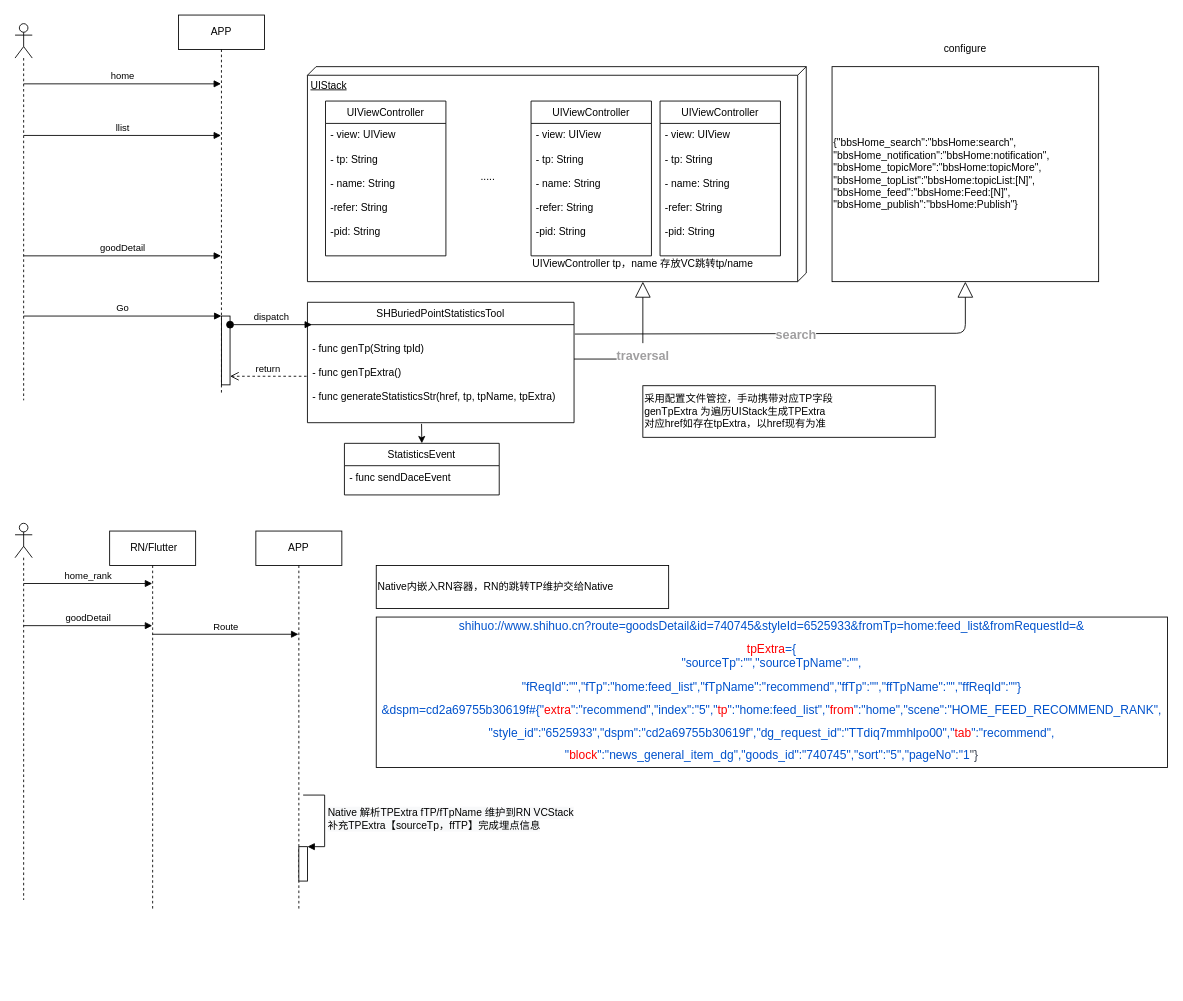
This is iOS埋点设计.drawio from aiquantong/Hero, a draw.io file, before an edit. Source tidied: cells renumbered, new cells numbered last; positions are measured from the earlier drawing's top-left corner, leaving out a move shared by most shapes. Both pictures are drawn from the tidied source at 86%, with x=0, y=0 at pixel (15, 15).
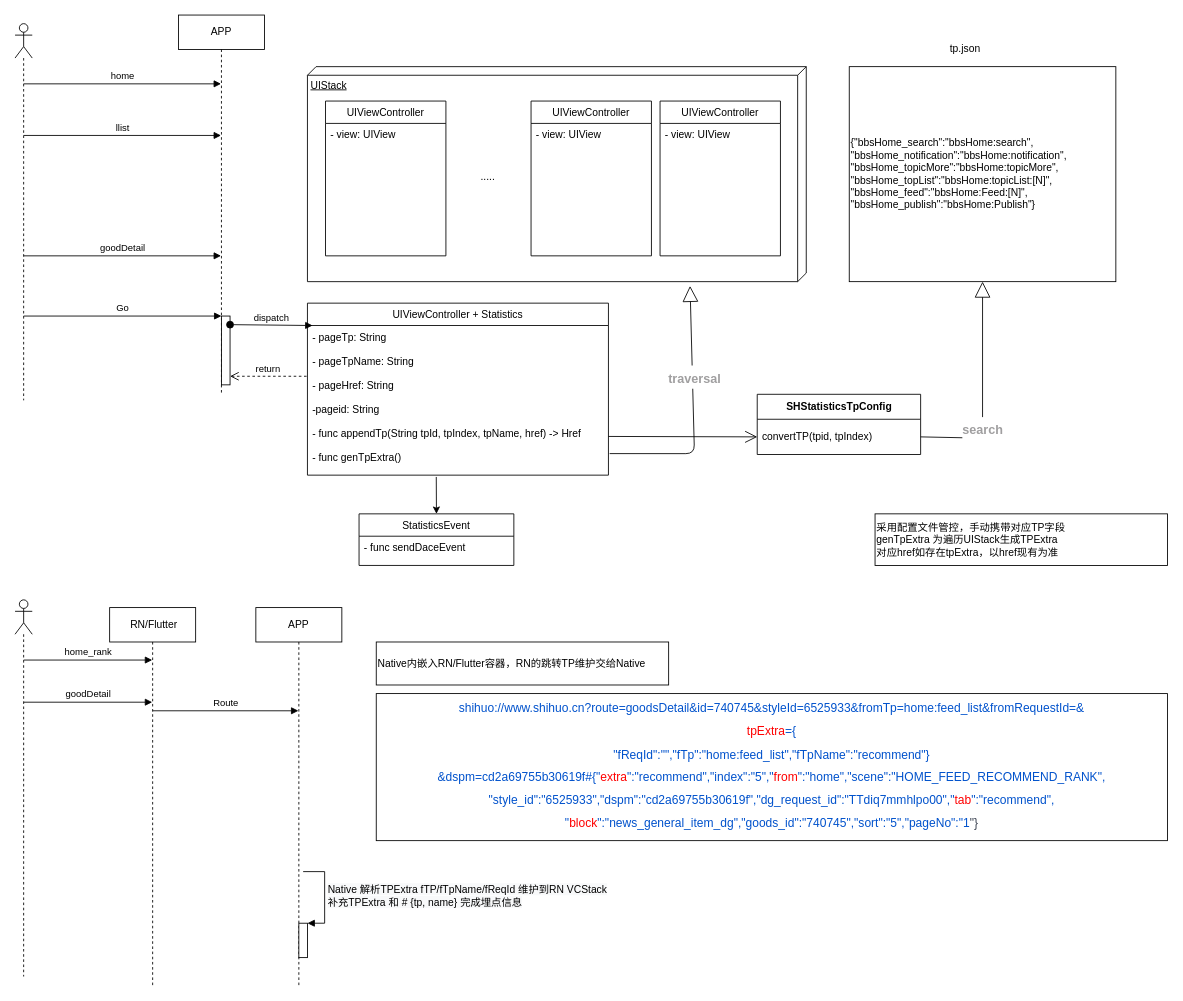
Above is the later version.

The change refers to these unchanged cells:
```xml
<mxCell id="2" value="UIStack" style="verticalAlign=top;align=left;spacingTop=8;spacingLeft=2;spacingRight=12;shape=cube;size=10;direction=south;fontStyle=4;html=1;" parent="1" vertex="1">
  <mxGeometry x="340" y="60" width="580" height="250" as="geometry" />
</mxCell>
<mxCell id="3" value="UIViewController" style="swimlane;fontStyle=0;horizontal=1;startSize=26;fillColor=none;" parent="1" vertex="1">
  <mxGeometry x="361" y="100" width="140" height="180" as="geometry" />
</mxCell>
<mxCell id="7" value="UIViewController" style="swimlane;fontStyle=0;horizontal=1;startSize=26;fillColor=none;" parent="1" vertex="1">
  <mxGeometry x="600" y="100" width="140" height="180" as="geometry" />
</mxCell>
<mxCell id="9" value="UIViewController" style="swimlane;fontStyle=0;horizontal=1;startSize=26;fillColor=none;" parent="1" vertex="1">
  <mxGeometry x="750" y="100" width="140" height="180" as="geometry" />
</mxCell>
<mxCell id="35" style="html=1;points=[];perimeter=orthogonalPerimeter;" parent="34" vertex="1">
  <mxGeometry x="50" y="367" width="10" height="40" as="geometry" />
</mxCell>
```

What changed in the source:
```diff
@@
-    <mxCell id="4" value="- view: UIView&#10;&#10;- tp: String&#10;&#10;- name: String&#10;&#10;-refer: String&#10;&#10;-pid: String" style="text;strokeColor=none;fillColor=none;align=left;verticalAlign=top;spacingLeft=4;spacingRight=4;overflow=hidden;" parent="3" vertex="1">
+    <mxCell id="4" value="- view: UIView&#10;&#10;" style="text;strokeColor=none;fillColor=none;align=left;verticalAlign=top;spacingLeft=4;spacingRight=4;overflow=hidden;" parent="3" vertex="1">
       <mxGeometry y="26" width="140" height="154" as="geometry" />
     </mxCell>
-    <mxCell id="5" value="SHBuriedPointStatisticsTool" style="swimlane;fontStyle=0;horizontal=1;startSize=26;fillColor=none;" parent="1" vertex="1">
-      <mxGeometry x="340" y="334" width="310" height="140" as="geometry" />
+    <mxCell id="5" value="UIViewController + Statistics" style="swimlane;fontStyle=0;horizontal=1;startSize=26;fillColor=none;" parent="1" vertex="1">
+      <mxGeometry x="340" y="335" width="350" height="200" as="geometry" />
     </mxCell>
-    <mxCell id="6" value="&#10;- func genTp(String tpId)&#10;&#10;- func genTpExtra()&#10;&#10;- func generateStatisticsStr(href, tp, tpName, tpExtra)" style="text;strokeColor=none;fillColor=none;align=left;verticalAlign=top;spacingLeft=4;spacingRight=4;overflow=hidden;points=[[0,0.5],[1,0.5]];portConstraint=eastwest;" parent="5" vertex="1">
-      <mxGeometry y="26" width="310" height="114" as="geometry" />
+    <mxCell id="6" value="- pageTp: String&#10;&#10;- pageTpName: String&#10;&#10;- pageHref: String&#10;&#10;-pageid: String&#10;&#10;- func appendTp(String tpId, tpIndex, tpName, href) -&gt; Href&#10;&#10;- func genTpExtra()&#10;" style="text;strokeColor=none;fillColor=none;align=left;verticalAlign=top;spacingLeft=4;spacingRight=4;overflow=hidden;points=[[0,0.5],[1,0.5]];portConstraint=eastwest;" parent="5" vertex="1">
+      <mxGeometry y="26" width="350" height="174" as="geometry" />
     </mxCell>
@@
-    <mxCell id="8" value="- view: UIView&#10;&#10;- tp: String&#10;&#10;- name: String&#10;&#10;-refer: String&#10;&#10;-pid: String" style="text;strokeColor=none;fillColor=none;align=left;verticalAlign=top;spacingLeft=4;spacingRight=4;overflow=hidden;" parent="7" vertex="1">
+    <mxCell id="8" value="- view: UIView&#10;&#10;" style="text;strokeColor=none;fillColor=none;align=left;verticalAlign=top;spacingLeft=4;spacingRight=4;overflow=hidden;" parent="7" vertex="1">
       <mxGeometry y="26" width="140" height="154" as="geometry" />
     </mxCell>
@@
-    <mxCell id="10" value="- view: UIView&#10;&#10;- tp: String&#10;&#10;- name: String&#10;&#10;-refer: String&#10;&#10;-pid: String" style="text;strokeColor=none;fillColor=none;align=left;verticalAlign=top;spacingLeft=4;spacingRight=4;overflow=hidden;" parent="9" vertex="1">
+    <mxCell id="10" value="- view: UIView&#10;&#10;" style="text;strokeColor=none;fillColor=none;align=left;verticalAlign=top;spacingLeft=4;spacingRight=4;overflow=hidden;" parent="9" vertex="1">
       <mxGeometry y="26" width="140" height="154" as="geometry" />
     </mxCell>
@@
     <mxCell id="21" value="StatisticsEvent" style="swimlane;fontStyle=0;horizontal=1;startSize=26;fillColor=none;" parent="1" vertex="1">
-      <mxGeometry x="383" y="498" width="180" height="60" as="geometry" />
+      <mxGeometry x="400" y="580" width="180" height="60" as="geometry" />
     </mxCell>
@@
-    <mxCell id="24" value="&lt;h1 id=&quot;titleHeading&quot; style=&quot;margin: 0px ; background-position: 0px 0px&quot;&gt;&lt;font color=&quot;#a09fa0&quot; face=&quot;helvetica, lucida grande, lucida, verdana, sans-serif&quot;&gt;&lt;span style=&quot;font-size: 14.6667px&quot;&gt;traversal&lt;/span&gt;&lt;/font&gt;&lt;br&gt;&lt;/h1&gt;" style="endArrow=block;endSize=16;endFill=0;html=1;entryX=1;entryY=0.431;entryDx=0;entryDy=0;entryPerimeter=0;exitX=1;exitY=0.351;exitDx=0;exitDy=0;exitPerimeter=0;" parent="1" edge="1" source="6">
-      <mxGeometry relative="1" as="geometry">
-        <mxPoint x="730" y="310" as="targetPoint" />
+    <mxCell id="24" value="&lt;h1 id=&quot;titleHeading&quot; style=&quot;margin: 0px ; background-position: 0px 0px&quot;&gt;&lt;font color=&quot;#a09fa0&quot; face=&quot;helvetica, lucida grande, lucida, verdana, sans-serif&quot;&gt;&lt;span style=&quot;font-size: 14.6667px&quot;&gt;traversal&lt;/span&gt;&lt;/font&gt;&lt;br&gt;&lt;/h1&gt;" style="endArrow=block;endSize=16;endFill=0;html=1;exitX=1.004;exitY=0.856;exitDx=0;exitDy=0;exitPerimeter=0;entryX=1.02;entryY=0.233;entryDx=0;entryDy=0;entryPerimeter=0;" parent="1" edge="1" source="6" target="2">
+      <mxGeometry x="0.28" y="-2" relative="1" as="geometry">
         <Array as="points">
-          <mxPoint x="730" y="400" />
+          <mxPoint x="790" y="510" />
         </Array>
       </mxGeometry>
     </mxCell>
     <mxCell id="25" value="&lt;span&gt;采用配置文件管控，手动携带对应TP字段&lt;br&gt;&lt;/span&gt;&lt;span&gt;genTpExtra 为遍历UIStack生成TPExtra&lt;br&gt;&lt;/span&gt;&lt;span&gt;对应href如存在tpExtra，以href现有为准&lt;br&gt;&lt;/span&gt;" style="rounded=0;whiteSpace=wrap;html=1;align=left;" parent="1" vertex="1">
-      <mxGeometry x="730" y="431" width="340" height="60" as="geometry" />
+      <mxGeometry x="1000" y="580" width="340" height="60" as="geometry" />
     </mxCell>
-    <mxCell id="26" value="&lt;span&gt;Native内嵌入RN容器，RN的跳转TP维护交给Native&lt;br&gt;&lt;/span&gt;" style="rounded=0;whiteSpace=wrap;html=1;align=left;" parent="1" vertex="1">
-      <mxGeometry x="420" y="640" width="340" height="50" as="geometry" />
+    <mxCell id="26" value="&lt;span&gt;Native内嵌入RN/Flutter容器，RN的跳转TP维护交给Native&lt;br&gt;&lt;/span&gt;" style="rounded=0;whiteSpace=wrap;html=1;align=left;" parent="1" vertex="1">
+      <mxGeometry x="420" y="729" width="340" height="50" as="geometry" />
     </mxCell>
-    <mxCell id="27" value="UIViewController tp，name 存放VC跳转tp/name" style="text;html=1;strokeColor=none;fillColor=none;align=left;verticalAlign=middle;whiteSpace=wrap;rounded=0;" parent="1" vertex="1">
-      <mxGeometry x="600" y="280" width="290" height="20" as="geometry" />
-    </mxCell>
     <mxCell id="28" value="{&quot;bbsHome_search&quot;:&quot;bbsHome:search&quot;,&lt;br&gt;&quot;bbsHome_notification&quot;:&quot;bbsHome:notification&quot;,&lt;br&gt;&quot;bbsHome_topicMore&quot;:&quot;bbsHome:topicMore&quot;,&lt;br&gt;&quot;bbsHome_topList&quot;:&quot;bbsHome:topicList:[N]&quot;,&lt;br&gt;&quot;bbsHome_feed&quot;:&quot;bbsHome:Feed:[N]&quot;,&lt;br&gt;&quot;bbsHome_publish&quot;:&quot;bbsHome:Publish&quot;}" style="rounded=0;whiteSpace=wrap;html=1;align=left;" parent="1" vertex="1">
-      <mxGeometry x="950" y="60" width="310" height="250" as="geometry" />
+      <mxGeometry x="970" y="60" width="310" height="250" as="geometry" />
     </mxCell>
-    <mxCell id="29" value="&lt;h1 id=&quot;titleHeading&quot; style=&quot;margin: 0px ; background-position: 0px 0px&quot;&gt;&lt;font color=&quot;#a09fa0&quot; face=&quot;helvetica, lucida grande, lucida, verdana, sans-serif&quot;&gt;&lt;span style=&quot;font-size: 14.6667px&quot;&gt;search&lt;/span&gt;&lt;/font&gt;&lt;/h1&gt;" style="endArrow=block;endSize=16;endFill=0;html=1;entryX=0.5;entryY=1;entryDx=0;entryDy=0;exitX=1.003;exitY=0.096;exitDx=0;exitDy=0;exitPerimeter=0;" parent="1" edge="1" source="6" target="28">
-      <mxGeometry relative="1" as="geometry">
+    <mxCell id="29" value="&lt;h1 id=&quot;titleHeading&quot; style=&quot;margin: 0px ; background-position: 0px 0px&quot;&gt;&lt;font color=&quot;#a09fa0&quot; face=&quot;helvetica, lucida grande, lucida, verdana, sans-serif&quot;&gt;&lt;span style=&quot;font-size: 14.6667px&quot;&gt;search&lt;/span&gt;&lt;/font&gt;&lt;/h1&gt;" style="endArrow=block;endSize=16;endFill=0;html=1;entryX=0.5;entryY=1;entryDx=0;entryDy=0;exitX=1;exitY=0.5;exitDx=0;exitDy=0;" parent="1" edge="1" source="41" target="28">
+      <mxGeometry x="-0.35" relative="1" as="geometry">
         <Array as="points">
-          <mxPoint x="1105" y="370" />
+          <mxPoint x="1125" y="492" />
         </Array>
       </mxGeometry>
     </mxCell>
-    <mxCell id="30" value="configure" style="text;html=1;strokeColor=none;fillColor=none;align=center;verticalAlign=middle;whiteSpace=wrap;rounded=0;" parent="1" vertex="1">
+    <mxCell id="30" value="tp.json" style="text;html=1;strokeColor=none;fillColor=none;align=center;verticalAlign=middle;whiteSpace=wrap;rounded=0;" parent="1" vertex="1">
       <mxGeometry x="1080" y="30" width="50" height="20" as="geometry" />
     </mxCell>
     <mxCell id="31" style="shape=umlLifeline;participant=umlActor;perimeter=lifelinePerimeter;whiteSpace=wrap;html=1;verticalAlign=top;spacingTop=36;" parent="1" vertex="1">
-      <mxGeometry y="591" width="20" height="438" as="geometry" />
+      <mxGeometry y="680" width="20" height="438" as="geometry" />
     </mxCell>
@@
     <mxCell id="33" value="&amp;nbsp;RN/Flutter" style="shape=umlLifeline;perimeter=lifelinePerimeter;whiteSpace=wrap;html=1;outlineConnect=0;" parent="1" vertex="1">
-      <mxGeometry x="110" y="600" width="100" height="440" as="geometry" />
+      <mxGeometry x="110" y="689" width="100" height="440" as="geometry" />
     </mxCell>
     <mxCell id="34" value="APP" style="shape=umlLifeline;perimeter=lifelinePerimeter;whiteSpace=wrap;html=1;outlineConnect=0;" parent="1" vertex="1">
-      <mxGeometry x="280" y="600" width="100" height="440" as="geometry" />
+      <mxGeometry x="280" y="689" width="100" height="440" as="geometry" />
     </mxCell>
@@
-    <mxCell id="36" value="&lt;span style=&quot;font-size: 12px ; background-color: rgb(248 , 249 , 250)&quot;&gt;Native 解析TPExtra fTP/fTpName 维护到RN VCStack&lt;/span&gt;&lt;br style=&quot;font-size: 12px ; background-color: rgb(248 , 249 , 250)&quot;&gt;&lt;span style=&quot;font-size: 12px ; background-color: rgb(248 , 249 , 250)&quot;&gt;补充TPExtra【sourceTp，ffTP】完成埋点信息&lt;/span&gt;" style="edgeStyle=orthogonalEdgeStyle;html=1;align=left;spacingLeft=2;endArrow=block;rounded=0;entryX=1;entryY=0;" parent="34" edge="1" target="35">
+    <mxCell id="36" value="&lt;span style=&quot;font-size: 12px ; background-color: rgb(248 , 249 , 250)&quot;&gt;Native 解析TPExtra fTP/fTpName/fReqId 维护到RN VCStack&lt;/span&gt;&lt;br style=&quot;font-size: 12px ; background-color: rgb(248 , 249 , 250)&quot;&gt;&lt;span style=&quot;font-size: 12px ; background-color: rgb(248 , 249 , 250)&quot;&gt;补充TPExtra 和 # {tp, name} 完成埋点信息&lt;/span&gt;" style="edgeStyle=orthogonalEdgeStyle;html=1;align=left;spacingLeft=2;endArrow=block;rounded=0;entryX=1;entryY=0;" parent="34" edge="1" target="35">
       <mxGeometry relative="1" as="geometry">
         <mxPoint x="55" y="307" as="sourcePoint" />
         <Array as="points">
           <mxPoint x="55" y="307" />
           <mxPoint x="80" y="307" />
           <mxPoint x="80" y="367" />
         </Array>
       </mxGeometry>
     </mxCell>
     <mxCell id="37" value="goodDetail" style="html=1;verticalAlign=bottom;endArrow=block;" parent="1" edge="1">
       <mxGeometry relative="1" as="geometry">
-        <mxPoint x="10" y="710" as="sourcePoint" />
-        <mxPoint x="159.5" y="710" as="targetPoint" />
+        <mxPoint x="10" y="799" as="sourcePoint" />
+        <mxPoint x="159.5" y="799" as="targetPoint" />
       </mxGeometry>
     </mxCell>
     <mxCell id="38" value="Route" style="html=1;verticalAlign=bottom;endArrow=block;" parent="1" edge="1" target="34">
       <mxGeometry relative="1" as="geometry">
-        <mxPoint x="160" y="720" as="sourcePoint" />
+        <mxPoint x="160" y="809" as="sourcePoint" />
       </mxGeometry>
     </mxCell>
-    <mxCell id="39" value="&lt;p style=&quot;margin: 10px 0px 0px ; padding: 0px ; color: rgb(23 , 43 , 77) ; font-family: , , &amp;#34;segoe ui&amp;#34; , &amp;#34;roboto&amp;#34; , &amp;#34;oxygen&amp;#34; , &amp;#34;ubuntu&amp;#34; , &amp;#34;fira sans&amp;#34; , &amp;#34;droid sans&amp;#34; , &amp;#34;helvetica neue&amp;#34; , sans-serif ; font-size: 14px ; background-color: rgb(255 , 255 , 255)&quot;&gt;&lt;span style=&quot;color: rgb(59 , 67 , 81)&quot;&gt;&lt;a style=&quot;color: rgb(0 , 82 , 204)&quot;&gt;shihuo://www.shihuo.cn?route=goodsDetail&amp;amp;id=740745&amp;amp;styleId=6525933&amp;amp;fromTp=home:feed_list&amp;amp;fromRequestId=&amp;amp;&lt;/a&gt;&lt;/span&gt;&lt;/p&gt;&lt;p style=&quot;margin: 10px 0px 0px ; padding: 0px ; color: rgb(23 , 43 , 77) ; font-family: , , &amp;#34;segoe ui&amp;#34; , &amp;#34;roboto&amp;#34; , &amp;#34;oxygen&amp;#34; , &amp;#34;ubuntu&amp;#34; , &amp;#34;fira sans&amp;#34; , &amp;#34;droid sans&amp;#34; , &amp;#34;helvetica neue&amp;#34; , sans-serif ; font-size: 14px ; background-color: rgb(255 , 255 , 255)&quot;&gt;&lt;span style=&quot;color: rgb(59 , 67 , 81)&quot;&gt;&lt;a style=&quot;color: rgb(0 , 82 , 204)&quot;&gt;&lt;span style=&quot;color: rgb(255 , 0 , 0)&quot;&gt;tpExtra&lt;/span&gt;={&lt;/a&gt;&lt;/span&gt;&lt;/p&gt;&lt;a style=&quot;color: rgb(0 , 82 , 204) ; font-family: , , &amp;#34;segoe ui&amp;#34; , &amp;#34;roboto&amp;#34; , &amp;#34;oxygen&amp;#34; , &amp;#34;ubuntu&amp;#34; , &amp;#34;fira sans&amp;#34; , &amp;#34;droid sans&amp;#34; , &amp;#34;helvetica neue&amp;#34; , sans-serif ; font-size: 14px ; background-color: rgb(255 , 255 , 255)&quot;&gt;&quot;sourceTp&quot;:&quot;&quot;,&quot;sourceTpName&quot;:&quot;&quot;,&lt;/a&gt;&lt;p style=&quot;margin: 10px 0px 0px ; padding: 0px ; color: rgb(23 , 43 , 77) ; font-family: , , &amp;#34;segoe ui&amp;#34; , &amp;#34;roboto&amp;#34; , &amp;#34;oxygen&amp;#34; , &amp;#34;ubuntu&amp;#34; , &amp;#34;fira sans&amp;#34; , &amp;#34;droid sans&amp;#34; , &amp;#34;helvetica neue&amp;#34; , sans-serif ; font-size: 14px ; background-color: rgb(255 , 255 , 255)&quot;&gt;&lt;span style=&quot;color: rgb(59 , 67 , 81)&quot;&gt;&lt;a style=&quot;color: rgb(0 , 82 , 204)&quot;&gt;&quot;fReqId&quot;:&quot;&quot;,&quot;fTp&quot;:&quot;home:feed_list&quot;,&quot;fTpName&quot;:&quot;recommend&quot;,&quot;ffTp&quot;:&quot;&quot;,&quot;ffTpName&quot;:&quot;&quot;,&quot;ffReqId&quot;:&quot;&quot;}&lt;/a&gt;&lt;/span&gt;&lt;/p&gt;&lt;p style=&quot;margin: 10px 0px 0px ; padding: 0px ; color: rgb(23 , 43 , 77) ; font-family: , , &amp;#34;segoe ui&amp;#34; , &amp;#34;roboto&amp;#34; , &amp;#34;oxygen&amp;#34; , &amp;#34;ubuntu&amp;#34; , &amp;#34;fira sans&amp;#34; , &amp;#34;droid sans&amp;#34; , &amp;#34;helvetica neue&amp;#34; , sans-serif ; font-size: 14px ; background-color: rgb(255 , 255 , 255)&quot;&gt;&lt;span style=&quot;color: rgb(59 , 67 , 81)&quot;&gt;&lt;a style=&quot;color: rgb(0 , 82 , 204)&quot;&gt;&amp;amp;dspm=cd2a69755b30619f#&lt;/a&gt;&lt;/span&gt;&lt;a style=&quot;color: rgb(0 , 82 , 204)&quot;&gt;{&quot;&lt;span style=&quot;color: rgb(255 , 0 , 0)&quot;&gt;extra&lt;/span&gt;&quot;:&quot;recommend&quot;,&quot;index&quot;:&quot;5&quot;,&quot;&lt;span style=&quot;color: rgb(255 , 0 , 0)&quot;&gt;tp&lt;/span&gt;&quot;:&quot;home:feed_list&quot;,&quot;&lt;span style=&quot;color: rgb(255 , 0 , 0)&quot;&gt;from&lt;/span&gt;&quot;:&quot;home&quot;,&quot;scene&quot;:&quot;HOME_FEED_RECOMMEND_RANK&quot;,&lt;/a&gt;&lt;/p&gt;&lt;p style=&quot;margin: 10px 0px 0px ; padding: 0px ; color: rgb(23 , 43 , 77) ; font-family: , , &amp;#34;segoe ui&amp;#34; , &amp;#34;roboto&amp;#34; , &amp;#34;oxygen&amp;#34; , &amp;#34;ubuntu&amp;#34; , &amp;#34;fira sans&amp;#34; , &amp;#34;droid sans&amp;#34; , &amp;#34;helvetica neue&amp;#34; , sans-serif ; font-size: 14px ; background-color: rgb(255 , 255 , 255)&quot;&gt;&lt;a style=&quot;color: rgb(0 , 82 , 204)&quot;&gt;&quot;style_id&quot;:&quot;6525933&quot;,&quot;dspm&quot;:&quot;cd2a69755b30619f&quot;,&quot;dg_request_id&quot;:&quot;TTdiq7mmhlpo00&quot;,&quot;&lt;span style=&quot;color: rgb(255 , 0 , 0)&quot;&gt;tab&lt;/span&gt;&quot;:&quot;recommend&quot;,&lt;/a&gt;&lt;/p&gt;&lt;p style=&quot;margin: 10px 0px 0px ; padding: 0px ; color: rgb(23 , 43 , 77) ; font-family: , , &amp;#34;segoe ui&amp;#34; , &amp;#34;roboto&amp;#34; , &amp;#34;oxygen&amp;#34; , &amp;#34;ubuntu&amp;#34; , &amp;#34;fira sans&amp;#34; , &amp;#34;droid sans&amp;#34; , &amp;#34;helvetica neue&amp;#34; , sans-serif ; font-size: 14px ; background-color: rgb(255 , 255 , 255)&quot;&gt;&lt;a style=&quot;color: rgb(0 , 82 , 204)&quot;&gt;&quot;&lt;span style=&quot;color: rgb(255 , 0 , 0)&quot;&gt;block&lt;/span&gt;&quot;:&quot;news_general_item_dg&quot;,&quot;goods_id&quot;:&quot;740745&quot;,&quot;sort&quot;:&quot;5&quot;,&quot;pageNo&quot;:&quot;1&lt;/a&gt;&lt;span style=&quot;color: rgb(59 , 67 , 81)&quot;&gt;&quot;}&lt;/span&gt;&lt;/p&gt;&lt;div&gt;&lt;span style=&quot;color: rgb(59 , 67 , 81)&quot;&gt;&lt;br&gt;&lt;/span&gt;&lt;/div&gt;" style="rounded=0;whiteSpace=wrap;html=1;" parent="1" vertex="1">
-      <mxGeometry x="420" y="700" width="920" height="175" as="geometry" />
+    <mxCell id="39" value="&lt;p style=&quot;margin: 10px 0px 0px ; padding: 0px ; color: rgb(23 , 43 , 77) ; font-family: , , &amp;#34;segoe ui&amp;#34; , &amp;#34;roboto&amp;#34; , &amp;#34;oxygen&amp;#34; , &amp;#34;ubuntu&amp;#34; , &amp;#34;fira sans&amp;#34; , &amp;#34;droid sans&amp;#34; , &amp;#34;helvetica neue&amp;#34; , sans-serif ; font-size: 14px ; background-color: rgb(255 , 255 , 255)&quot;&gt;&lt;span style=&quot;color: rgb(59 , 67 , 81)&quot;&gt;&lt;a style=&quot;color: rgb(0 , 82 , 204)&quot;&gt;shihuo://www.shihuo.cn?route=goodsDetail&amp;amp;id=740745&amp;amp;styleId=6525933&amp;amp;fromTp=home:feed_list&amp;amp;fromRequestId=&amp;amp;&lt;/a&gt;&lt;/span&gt;&lt;/p&gt;&lt;p style=&quot;margin: 10px 0px 0px ; padding: 0px ; color: rgb(23 , 43 , 77) ; font-family: , , &amp;#34;segoe ui&amp;#34; , &amp;#34;roboto&amp;#34; , &amp;#34;oxygen&amp;#34; , &amp;#34;ubuntu&amp;#34; , &amp;#34;fira sans&amp;#34; , &amp;#34;droid sans&amp;#34; , &amp;#34;helvetica neue&amp;#34; , sans-serif ; font-size: 14px ; background-color: rgb(255 , 255 , 255)&quot;&gt;&lt;span style=&quot;color: rgb(59 , 67 , 81)&quot;&gt;&lt;a style=&quot;color: rgb(0 , 82 , 204)&quot;&gt;&lt;span style=&quot;color: rgb(255 , 0 , 0)&quot;&gt;tpExtra&lt;/span&gt;={&lt;/a&gt;&lt;/span&gt;&lt;/p&gt;&lt;p style=&quot;margin: 10px 0px 0px ; padding: 0px ; color: rgb(23 , 43 , 77) ; font-family: , , &amp;#34;segoe ui&amp;#34; , &amp;#34;roboto&amp;#34; , &amp;#34;oxygen&amp;#34; , &amp;#34;ubuntu&amp;#34; , &amp;#34;fira sans&amp;#34; , &amp;#34;droid sans&amp;#34; , &amp;#34;helvetica neue&amp;#34; , sans-serif ; font-size: 14px ; background-color: rgb(255 , 255 , 255)&quot;&gt;&lt;span style=&quot;color: rgb(59 , 67 , 81)&quot;&gt;&lt;a style=&quot;color: rgb(0 , 82 , 204)&quot;&gt;&quot;fReqId&quot;:&quot;&quot;,&quot;fTp&quot;:&quot;home:feed_list&quot;,&quot;fTpName&quot;:&quot;recommend&quot;}&lt;/a&gt;&lt;/span&gt;&lt;/p&gt;&lt;p style=&quot;margin: 10px 0px 0px ; padding: 0px ; color: rgb(23 , 43 , 77) ; font-family: , , &amp;#34;segoe ui&amp;#34; , &amp;#34;roboto&amp;#34; , &amp;#34;oxygen&amp;#34; , &amp;#34;ubuntu&amp;#34; , &amp;#34;fira sans&amp;#34; , &amp;#34;droid sans&amp;#34; , &amp;#34;helvetica neue&amp;#34; , sans-serif ; font-size: 14px ; background-color: rgb(255 , 255 , 255)&quot;&gt;&lt;span style=&quot;color: rgb(59 , 67 , 81)&quot;&gt;&lt;a style=&quot;color: rgb(0 , 82 , 204)&quot;&gt;&amp;amp;dspm=cd2a69755b30619f#&lt;/a&gt;&lt;/span&gt;&lt;a style=&quot;color: rgb(0 , 82 , 204)&quot;&gt;{&quot;&lt;span style=&quot;color: rgb(255 , 0 , 0)&quot;&gt;extra&lt;/span&gt;&quot;:&quot;recommend&quot;,&quot;index&quot;:&quot;5&quot;,&quot;&lt;span style=&quot;color: rgb(255 , 0 , 0)&quot;&gt;from&lt;/span&gt;&quot;:&quot;home&quot;,&quot;scene&quot;:&quot;HOME_FEED_RECOMMEND_RANK&quot;,&lt;/a&gt;&lt;/p&gt;&lt;p style=&quot;margin: 10px 0px 0px ; padding: 0px ; color: rgb(23 , 43 , 77) ; font-family: , , &amp;#34;segoe ui&amp;#34; , &amp;#34;roboto&amp;#34; , &amp;#34;oxygen&amp;#34; , &amp;#34;ubuntu&amp;#34; , &amp;#34;fira sans&amp;#34; , &amp;#34;droid sans&amp;#34; , &amp;#34;helvetica neue&amp;#34; , sans-serif ; font-size: 14px ; background-color: rgb(255 , 255 , 255)&quot;&gt;&lt;a style=&quot;color: rgb(0 , 82 , 204)&quot;&gt;&quot;style_id&quot;:&quot;6525933&quot;,&quot;dspm&quot;:&quot;cd2a69755b30619f&quot;,&quot;dg_request_id&quot;:&quot;TTdiq7mmhlpo00&quot;,&quot;&lt;span style=&quot;color: rgb(255 , 0 , 0)&quot;&gt;tab&lt;/span&gt;&quot;:&quot;recommend&quot;,&lt;/a&gt;&lt;/p&gt;&lt;p style=&quot;margin: 10px 0px 0px ; padding: 0px ; color: rgb(23 , 43 , 77) ; font-family: , , &amp;#34;segoe ui&amp;#34; , &amp;#34;roboto&amp;#34; , &amp;#34;oxygen&amp;#34; , &amp;#34;ubuntu&amp;#34; , &amp;#34;fira sans&amp;#34; , &amp;#34;droid sans&amp;#34; , &amp;#34;helvetica neue&amp;#34; , sans-serif ; font-size: 14px ; background-color: rgb(255 , 255 , 255)&quot;&gt;&lt;a style=&quot;color: rgb(0 , 82 , 204)&quot;&gt;&quot;&lt;span style=&quot;color: rgb(255 , 0 , 0)&quot;&gt;block&lt;/span&gt;&quot;:&quot;news_general_item_dg&quot;,&quot;goods_id&quot;:&quot;740745&quot;,&quot;sort&quot;:&quot;5&quot;,&quot;pageNo&quot;:&quot;1&lt;/a&gt;&lt;span style=&quot;color: rgb(59 , 67 , 81)&quot;&gt;&quot;}&lt;/span&gt;&lt;/p&gt;&lt;div&gt;&lt;span style=&quot;color: rgb(59 , 67 , 81)&quot;&gt;&lt;br&gt;&lt;/span&gt;&lt;/div&gt;" style="rounded=0;whiteSpace=wrap;html=1;" parent="1" vertex="1">
+      <mxGeometry x="420" y="789" width="920" height="171" as="geometry" />
     </mxCell>
+    <mxCell id="40" value="SHStatisticsTpConfig" style="swimlane;fontStyle=1;align=center;verticalAlign=middle;horizontal=1;startSize=29;html=1;" parent="1" vertex="1">
+      <mxGeometry x="863" y="441" width="190" height="70" as="geometry" />
+    </mxCell>
+    <mxCell id="41" value="convertTP(tpid, tpIndex)" style="text;html=1;strokeColor=none;fillColor=none;align=left;verticalAlign=middle;spacingLeft=4;spacingRight=4;overflow=hidden;points=[[0,0.5],[1,0.5]];portConstraint=eastwest;" parent="40" vertex="1">
+      <mxGeometry y="29" width="190" height="41" as="geometry" />
+    </mxCell>
+    <mxCell id="42" style="endArrow=open;endFill=1;endSize=12;html=1;entryX=0;entryY=0.5;entryDx=0;entryDy=0;" parent="1" edge="1" target="41">
+      <mxGeometry relative="1" as="geometry">
+        <mxPoint x="690" y="490" as="sourcePoint" />
+      </mxGeometry>
+    </mxCell>
```
